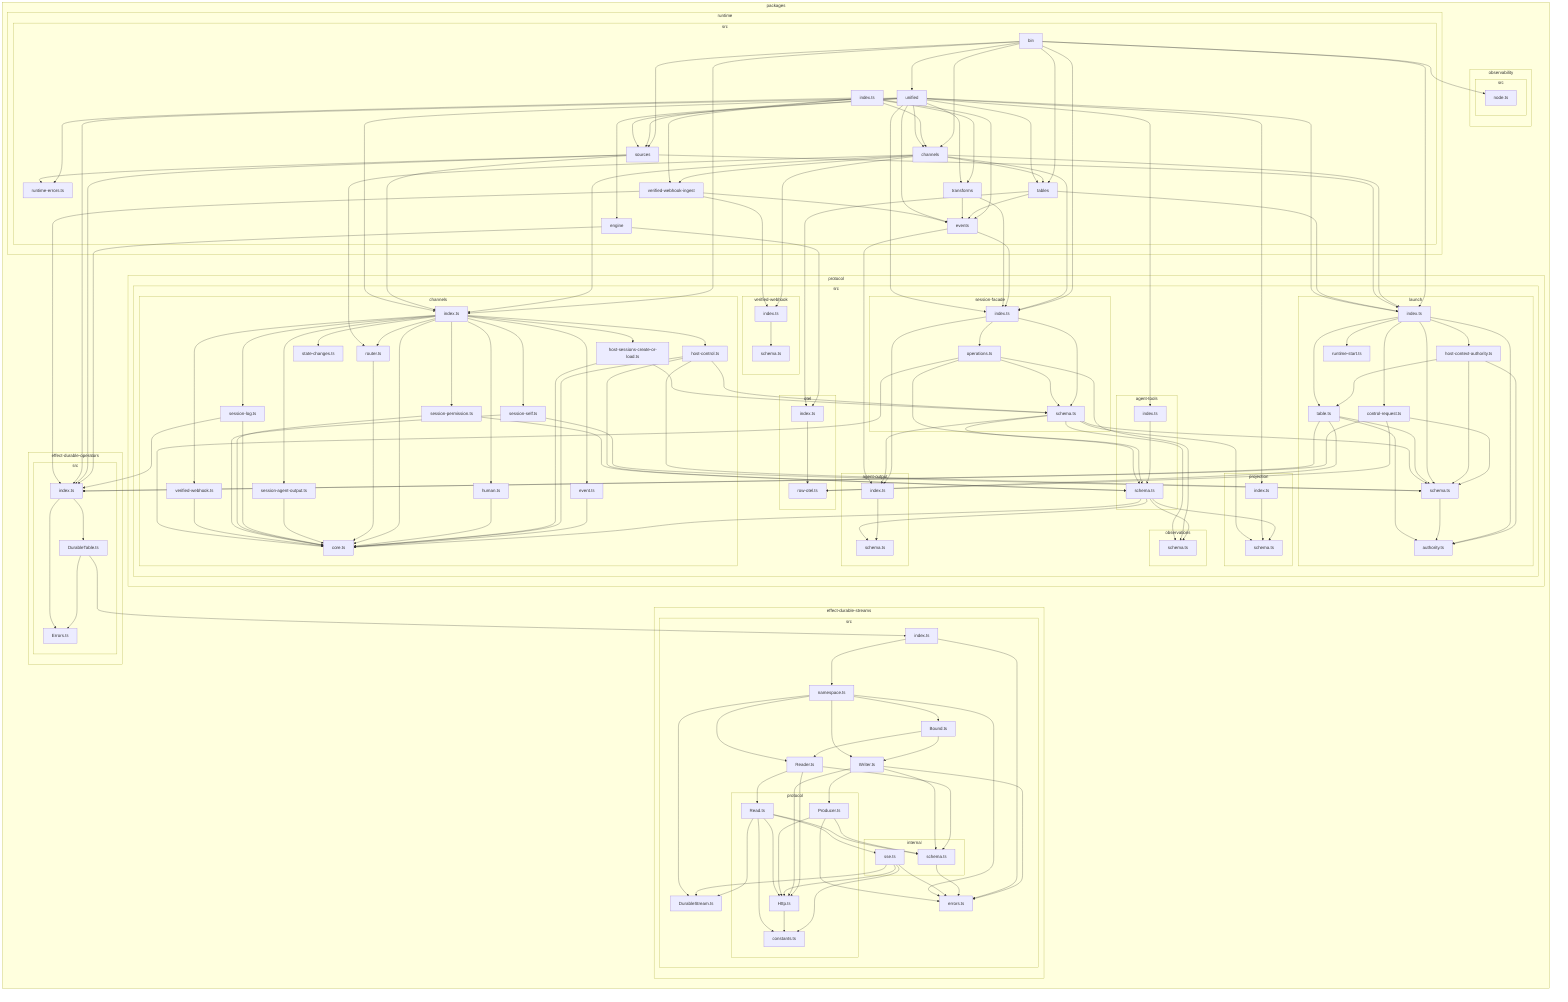
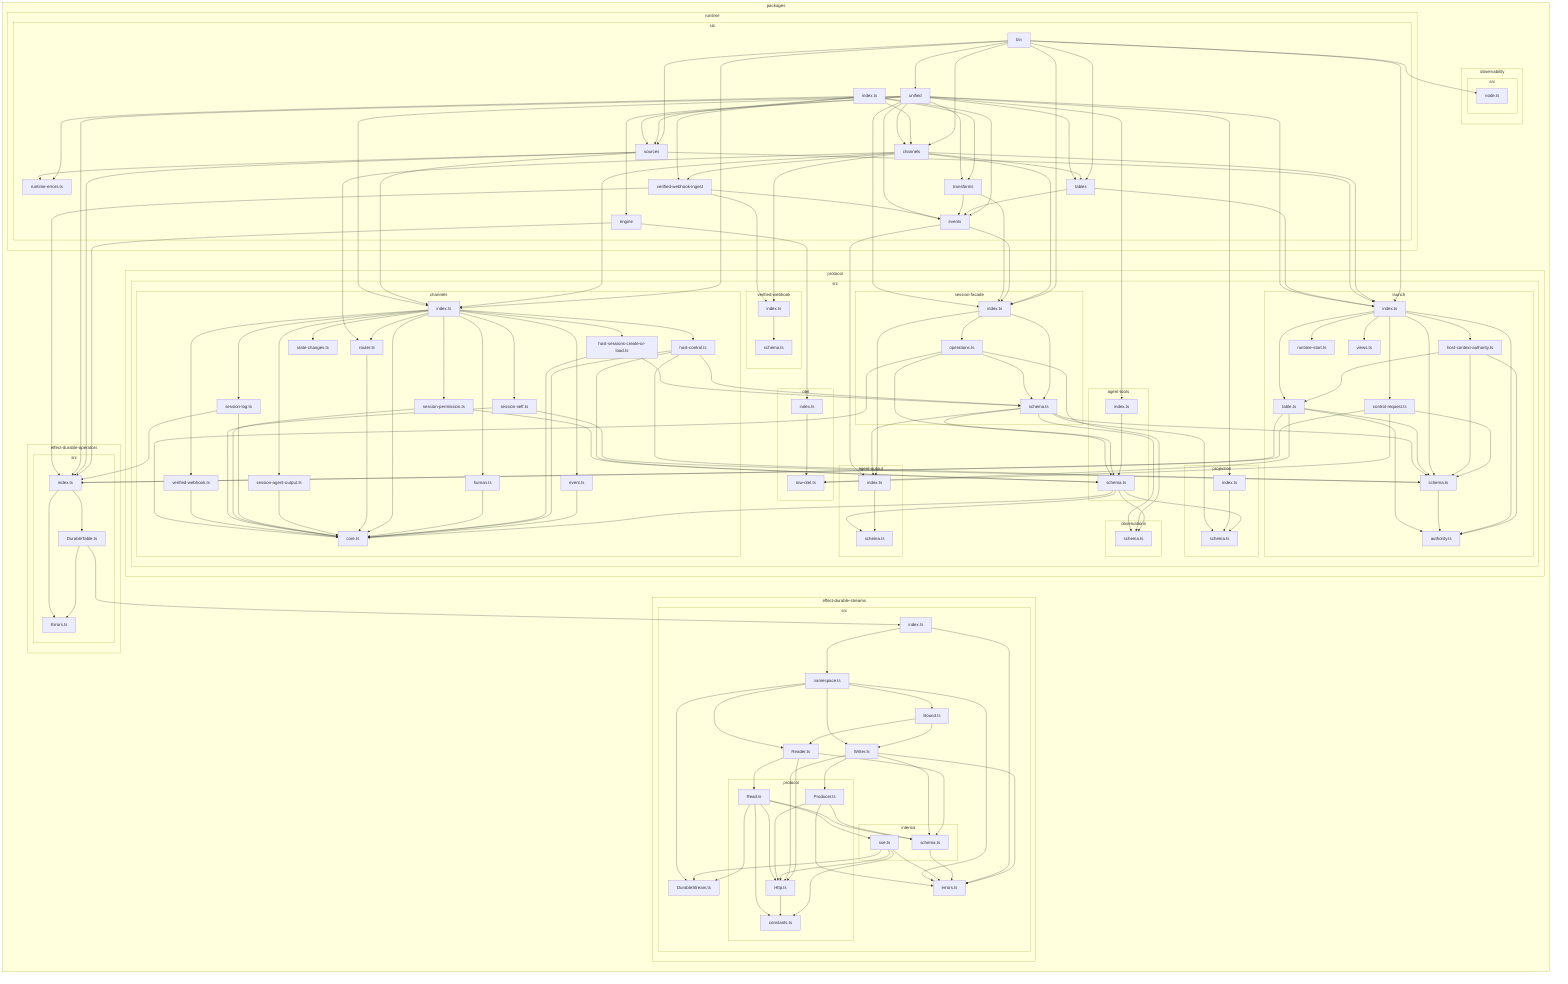
flowchart LR

subgraph 0["packages"]
subgraph 1["effect-durable-operators"]
subgraph 2["src"]
3["DurableTable.ts"]
4["Errors.ts"]
5["index.ts"]
end
end
subgraph 6["effect-durable-streams"]
subgraph 7["src"]
8["Bound.ts"]
9["DurableStream.ts"]
A["Reader.ts"]
B["Writer.ts"]
C["errors.ts"]
D["index.ts"]
subgraph E["internal"]
F["schema.ts"]
G["sse.ts"]
end
H["namespace.ts"]
subgraph I["protocol"]
J["Http.ts"]
K["Producer.ts"]
L["Read.ts"]
M["constants.ts"]
end
end
end
subgraph N["observability"]
subgraph O["src"]
P["node.ts"]
end
end
subgraph Q["protocol"]
subgraph R["src"]
subgraph S["agent-output"]
T["index.ts"]
U["schema.ts"]
end
subgraph V["agent-tools"]
W["index.ts"]
X["schema.ts"]
end
subgraph Y["channels"]
Z["core.ts"]
10["event.ts"]
11["host-control.ts"]
12["host-sessions-create-or-load.ts"]
13["human.ts"]
14["index.ts"]
15["router.ts"]
16["session-agent-output.ts"]
17["session-log.ts"]
18["session-permission.ts"]
19["session-self.ts"]
1A["state-changes.ts"]
1B["verified-webhook.ts"]
end
subgraph 1C["launch"]
1D["authority.ts"]
1E["control-request.ts"]
1F["host-context-authority.ts"]
1G["index.ts"]
1H["runtime-start.ts"]
1I["schema.ts"]
1J["table.ts"]
- end
- subgraph 1K["observations"]
- 1L["schema.ts"]
- end
- subgraph 1M["otel"]
- 1N["index.ts"]
- 1O["row-otel.ts"]
- end
- subgraph 1P["projection"]
- 1Q["index.ts"]
- 1R["schema.ts"]
- end
- subgraph 1S["session-facade"]
- 1T["index.ts"]
- 1U["operations.ts"]
- 1V["schema.ts"]
- end
- subgraph 1W["verified-webhook"]
- 1X["index.ts"]
- 1Y["schema.ts"]
- end
- end
- end
- subgraph 1Z["runtime"]
- subgraph 20["src"]
- 21["bin"]
- 22["channels"]
- 23["engine"]
- 24["events"]
- 25["index.ts"]
- 26["runtime-errors.ts"]
- 27["sources"]
- 28["tables"]
- 29["transforms"]
- 2A["unified"]
- 2B["verified-webhook-ingest"]
+ 1K["views.ts"]
+ end
+ subgraph 1L["observations"]
+ 1M["schema.ts"]
+ end
+ subgraph 1N["otel"]
+ 1O["index.ts"]
+ 1P["row-otel.ts"]
+ end
+ subgraph 1Q["projection"]
+ 1R["index.ts"]
+ 1S["schema.ts"]
+ end
+ subgraph 1T["session-facade"]
+ 1U["index.ts"]
+ 1V["operations.ts"]
+ 1W["schema.ts"]
+ end
+ subgraph 1X["verified-webhook"]
+ 1Y["index.ts"]
+ 1Z["schema.ts"]
+ end
+ end
+ end
+ subgraph 20["runtime"]
+ subgraph 21["src"]
+ 22["bin"]
+ 23["channels"]
+ 24["engine"]
+ 25["events"]
+ 26["index.ts"]
+ 27["runtime-errors.ts"]
+ 28["sources"]
+ 29["tables"]
+ 2A["transforms"]
+ 2B["unified"]
+ 2C["verified-webhook-ingest"]
end
end
end
3-->4
3-->D
5-->3
5-->4
8-->A
8-->B
A-->F
A-->J
A-->L
B-->C
B-->F
B-->J
B-->K
D-->C
D-->H
F-->C
G-->9
G-->C
G-->M
G-->J
H-->8
H-->9
H-->C
H-->A
H-->B
J-->M
K-->C
K-->F
K-->J
L-->9
L-->F
L-->G
L-->M
L-->J
T-->U
W-->X
X-->U
X-->Z
- X-->1L
- X-->1R
+ X-->1M
+ X-->1S
10-->Z
11-->X
11-->1I
- 11-->1V
+ 11-->1W
11-->Z
- 12-->1V
+ 12-->1W
12-->Z
13-->Z
14-->Z
14-->10
14-->11
14-->12
14-->13
14-->15
14-->16
14-->17
14-->18
14-->19
14-->1A
14-->1B
15-->Z
16-->Z
17-->Z
17-->5
18-->X
18-->Z
19-->1I
19-->Z
1B-->Z
- 1E-->1O
+ 1E-->1P
1E-->1I
1E-->5
1F-->1D
1F-->1I
1F-->1J
1G-->1D
1G-->1E
1G-->1F
1G-->1H
1G-->1I
1G-->1J
+ 1G-->1K
1I-->1D
- 1J-->1O
+ 1J-->1P
1J-->1D
1J-->1I
1J-->5
- 1N-->1O
- 1Q-->1R
- 1T-->T
- 1T-->1U
- 1T-->1V
- 1U-->X
- 1U-->Z
- 1U-->1L
+ 1O-->1P
+ 1R-->1S
+ 1U-->T
1U-->1V
- 1V-->T
+ 1U-->1W
1V-->X
- 1V-->1I
- 1V-->1L
- 1V-->1R
- 1X-->1Y
- 21-->22
- 21-->27
- 21-->28
- 21-->2A
- 21-->P
- 21-->14
- 21-->1G
- 21-->1T
- 22-->15
+ 1V-->Z
+ 1V-->1M
+ 1V-->1W
+ 1W-->T
+ 1W-->X
+ 1W-->1I
+ 1W-->1M
+ 1W-->1S
+ 1Y-->1Z
+ 22-->1G
+ 22-->23
22-->28
+ 22-->29
+ 22-->2B
+ 22-->P
22-->14
- 22-->1G
- 22-->1T
- 22-->2B
- 22-->1X
- 23-->1N
- 23-->5
- 24-->T
- 24-->1T
- 25-->22
- 25-->24
- 25-->26
- 25-->27
- 25-->29
- 25-->2B
- 27-->1G
- 27-->26
- 27-->5
- 27-->14
+ 22-->1U
+ 23-->15
+ 23-->14
+ 23-->1G
+ 23-->29
+ 23-->1U
+ 23-->2C
+ 23-->1Y
+ 24-->1O
+ 24-->5
+ 25-->T
+ 25-->1U
+ 26-->23
+ 26-->25
+ 26-->27
+ 26-->28
+ 26-->2A
+ 26-->2C
+ 28-->14
28-->1G
- 28-->24
- 28-->1N
- 29-->24
- 29-->1T
- 2A-->22
- 2A-->23
- 2A-->27
- 2A-->28
- 2A-->1G
- 2A-->24
- 2A-->W
- 2A-->14
- 2A-->5
- 2A-->1T
- 2A-->1Q
- 2A-->29
+ 28-->27
+ 28-->5
+ 29-->1G
+ 29-->25
+ 2A-->25
+ 2A-->1U
+ 2B-->23
2B-->24
- 2B-->1X
+ 2B-->28
+ 2B-->29
+ 2B-->1G
+ 2B-->25
+ 2B-->W
+ 2B-->14
2B-->5
+ 2B-->1U
+ 2B-->1R
+ 2B-->2A
+ 2C-->25
+ 2C-->1Y
+ 2C-->5
